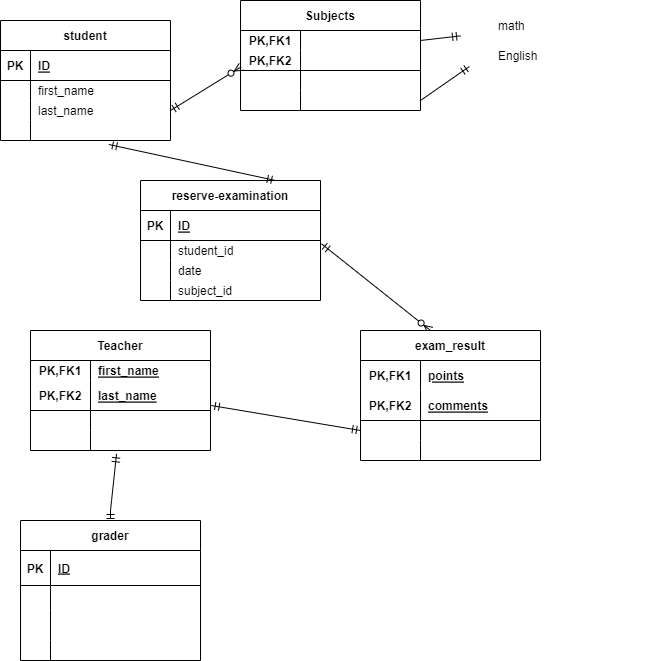
Before: index.drawio.png, a diagram exported from draw.io (moro-ayu3/20230216_morohoshi). Source tidied: cells renumbered, new cells last; positions are measured from the earlier drawing's top-left corner, leaving out a move shared by most shapes.
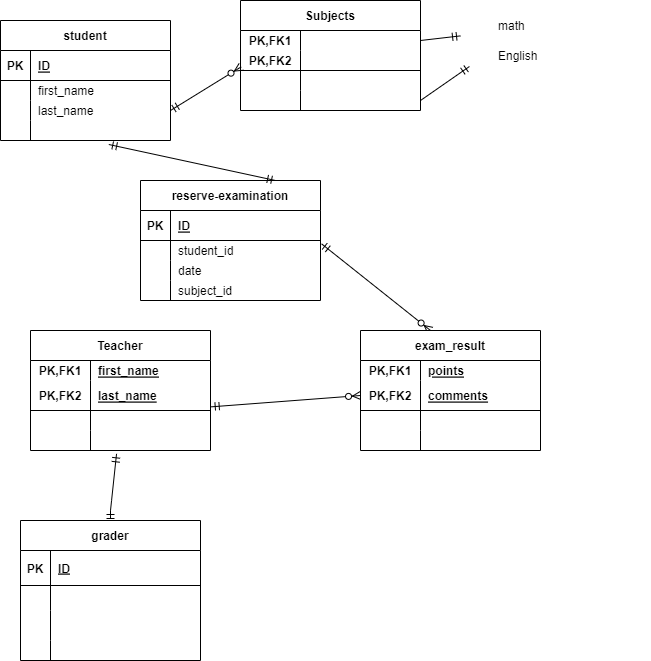
After the change.

The edit, as a diff of the source:
```diff
@@ -203,28 +203,25 @@
         </Array>
       </mxGeometry>
     </mxCell>
-    <mxCell id="67" style="fontSize=12;html=1;endArrow=ERmandOne;startArrow=ERmandOne;exitX=1.004;exitY=0.833;exitDx=0;exitDy=0;exitPerimeter=0;entryX=0;entryY=0.5;entryDx=0;entryDy=0;" parent="1" edge="1" source="57" target="76">
-      <mxGeometry relative="1" as="geometry" />
-    </mxCell>
     <mxCell id="68" style="fontSize=12;html=1;endArrow=ERzeroToMany;startArrow=ERmandOne;exitX=1.006;exitY=0.167;exitDx=0;exitDy=0;exitPerimeter=0;" parent="1" edge="1" source="19">
       <mxGeometry relative="1" as="geometry">
         <mxPoint x="430" y="330" as="targetPoint" />
       </mxGeometry>
     </mxCell>
     <mxCell id="69" value="exam_result" style="shape=table;startSize=30;rowLines=0;fontStyle=1;align=center;" parent="1" vertex="1">
-      <mxGeometry x="360" y="330" width="180" height="130" as="geometry" />
+      <mxGeometry x="360" y="330" width="180" height="120" as="geometry" />
     </mxCell>
     <mxCell id="70" style="shape=tableRow;horizontal=0;startSize=0;swimlaneHead=0;swimlaneBody=0;fillColor=none;top=0;left=0;right=0;bottom=0;" parent="69" vertex="1">
-      <mxGeometry y="30" width="180" height="30" as="geometry" />
+      <mxGeometry y="30" width="180" height="20" as="geometry" />
     </mxCell>
     <mxCell id="71" value="PK,FK1" style="shape=partialRectangle;fillColor=none;top=0;left=0;bottom=0;right=0;fontStyle=1;overflow=hidden;" parent="70" vertex="1">
-      <mxGeometry width="60" height="30" as="geometry" />
+      <mxGeometry width="60" height="20" as="geometry" />
     </mxCell>
     <mxCell id="72" value="points" style="shape=partialRectangle;fillColor=none;top=0;left=0;bottom=0;right=0;align=left;spacingLeft=6;fontStyle=5;overflow=hidden;" parent="70" vertex="1">
-      <mxGeometry x="60" width="120" height="30" as="geometry" />
+      <mxGeometry x="60" width="120" height="20" as="geometry" />
     </mxCell>
     <mxCell id="73" style="shape=tableRow;horizontal=0;startSize=0;swimlaneHead=0;swimlaneBody=0;fillColor=none;points=[[0,0.5],[1,0.5]];portConstraint=eastwest;top=0;left=0;right=0;bottom=1;" parent="69" vertex="1">
-      <mxGeometry y="60" width="180" height="30" as="geometry" />
+      <mxGeometry y="50" width="180" height="30" as="geometry" />
     </mxCell>
     <mxCell id="74" value="PK,FK2" style="shape=partialRectangle;fillColor=none;top=0;left=0;bottom=0;right=0;fontStyle=1;overflow=hidden;" parent="73" vertex="1">
       <mxGeometry width="60" height="30" as="geometry" />
@@ -233,7 +230,7 @@
       <mxGeometry x="60" width="120" height="30" as="geometry" />
     </mxCell>
     <mxCell id="76" style="shape=tableRow;horizontal=0;startSize=0;swimlaneHead=0;swimlaneBody=0;fillColor=none;points=[[0,0.5],[1,0.5]];portConstraint=eastwest;top=0;left=0;right=0;bottom=0;" parent="69" vertex="1">
-      <mxGeometry y="90" width="180" height="20" as="geometry" />
+      <mxGeometry y="80" width="180" height="20" as="geometry" />
     </mxCell>
     <mxCell id="77" style="shape=partialRectangle;fillColor=none;top=0;left=0;bottom=0;right=0;overflow=hidden;" parent="76" vertex="1">
       <mxGeometry width="60" height="20" as="geometry" />
@@ -242,7 +239,7 @@
       <mxGeometry x="60" width="120" height="20" as="geometry" />
     </mxCell>
     <mxCell id="79" style="shape=tableRow;horizontal=0;startSize=0;swimlaneHead=0;swimlaneBody=0;fillColor=none;top=0;left=0;right=0;bottom=0;" parent="69" vertex="1">
-      <mxGeometry y="110" width="180" height="20" as="geometry" />
+      <mxGeometry y="100" width="180" height="20" as="geometry" />
     </mxCell>
     <mxCell id="80" style="shape=partialRectangle;fillColor=none;top=0;left=0;bottom=0;right=0;overflow=hidden;" parent="79" vertex="1">
       <mxGeometry width="60" height="20" as="geometry" />
@@ -289,5 +286,8 @@
     <mxCell id="94" style="shape=partialRectangle;fillColor=none;top=0;left=0;bottom=0;right=0;align=left;spacingLeft=6;overflow=hidden;" parent="92" vertex="1">
       <mxGeometry x="30" width="150" height="20" as="geometry" />
     </mxCell>
+    <mxCell id="95" style="fontSize=12;html=1;endArrow=ERzeroToMany;startArrow=ERmandOne;entryX=0;entryY=0.5;entryDx=0;entryDy=0;exitX=1.004;exitY=-0.183;exitDx=0;exitDy=0;exitPerimeter=0;" parent="1" edge="1" source="60" target="73">
+      <mxGeometry relative="1" as="geometry" />
+    </mxCell>
   </root>
 </mxGraphModel>
```
